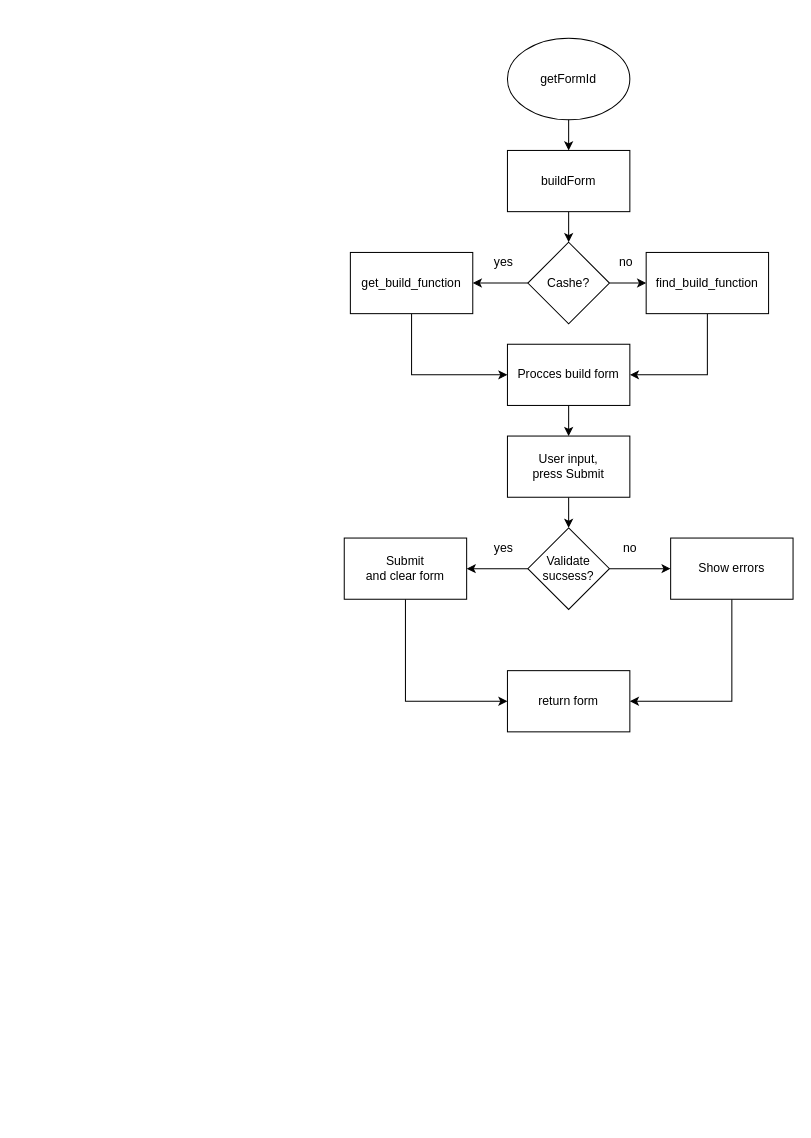
The draw.io diagram Untitled Diagram.drawio in Liutia/shema, before the edit. Source tidied: cells renumbered, new cells numbered last; positions are measured from the earlier drawing's top-left corner, leaving out a move shared by most shapes. Both pictures are drawn from the tidied source at 102%, with x=0, y=0 at pixel (344, 38).
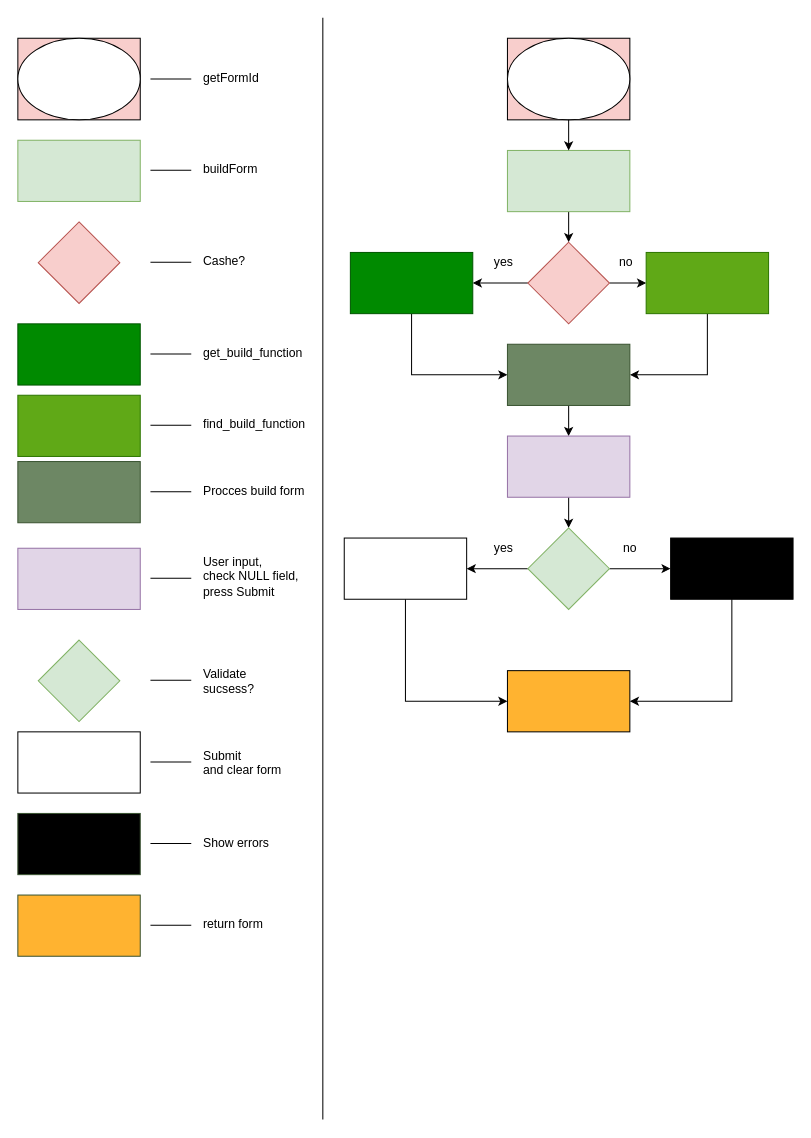
Above is the later version.

Change to the diagram source:
```diff
@@
-    <mxCell id="2" style="group;" parent="1" vertex="1">
+    <mxCell id="2" style="group;shadow=0;fillColor=#f8cecc;strokeColor=#000000;" parent="1" vertex="1">
       <mxGeometry x="160" width="120" height="80" as="geometry" />
     </mxCell>
-    <mxCell id="3" value="&lt;div&gt;getFormId&lt;/div&gt;" style="ellipse;whiteSpace=wrap;html=1;" parent="2" vertex="1">
+    <mxCell id="3" style="ellipse;whiteSpace=wrap;html=1;" parent="2" vertex="1">
       <mxGeometry width="120" height="80" as="geometry" />
     </mxCell>
@@
-    <mxCell id="5" value="buildForm" style="whiteSpace=wrap;html=1;" parent="1" vertex="1">
+    <mxCell id="5" style="whiteSpace=wrap;html=1;fillColor=#d5e8d4;strokeColor=#82b366;" parent="1" vertex="1">
       <mxGeometry x="160" y="110" width="120" height="60" as="geometry" />
     </mxCell>
@@
-    <mxCell id="9" value="&lt;div&gt;Cashe?&lt;/div&gt;" style="rhombus;whiteSpace=wrap;html=1;" parent="1" vertex="1">
+    <mxCell id="9" value="&lt;div&gt;&lt;br&gt;&lt;/div&gt;" style="rhombus;whiteSpace=wrap;html=1;fillColor=#f8cecc;strokeColor=#b85450;" parent="1" vertex="1">
       <mxGeometry x="180" y="200" width="80" height="80" as="geometry" />
     </mxCell>
@@
-    <mxCell id="11" value="find_build_function" style="whiteSpace=wrap;html=1;" parent="1" vertex="1">
+    <mxCell id="11" style="whiteSpace=wrap;html=1;fillColor=#60a917;strokeColor=#2D7600;fontColor=#ffffff;" parent="1" vertex="1">
       <mxGeometry x="296" y="210" width="120" height="60" as="geometry" />
     </mxCell>
@@
-    <mxCell id="13" value="&lt;div&gt;get_build_function&lt;/div&gt;" style="whiteSpace=wrap;html=1;" parent="1" vertex="1">
+    <mxCell id="13" value="&lt;div&gt;&lt;br&gt;&lt;/div&gt;" style="whiteSpace=wrap;html=1;fillColor=#008a00;strokeColor=#005700;fontColor=#ffffff;" parent="1" vertex="1">
       <mxGeometry x="6" y="210" width="120" height="60" as="geometry" />
     </mxCell>
@@
-    <mxCell id="17" value="Procces build form" style="whiteSpace=wrap;html=1;" parent="1" vertex="1">
+    <mxCell id="17" style="whiteSpace=wrap;html=1;fillColor=#6d8764;strokeColor=#3A5431;fontColor=#ffffff;" parent="1" vertex="1">
       <mxGeometry x="160" y="300" width="120" height="60" as="geometry" />
     </mxCell>
@@
-    <mxCell id="19" value="&lt;div&gt;User input,&lt;/div&gt;press Submit" style="whiteSpace=wrap;html=1;" parent="1" vertex="1">
+    <mxCell id="19" style="whiteSpace=wrap;html=1;fillColor=#e1d5e7;strokeColor=#9673a6;" parent="1" vertex="1">
       <mxGeometry x="160" y="390" width="120" height="60" as="geometry" />
     </mxCell>
@@
-    <mxCell id="22" value="&lt;div&gt;Validate&lt;/div&gt;&lt;div&gt;sucsess?&lt;/div&gt;" style="rhombus;whiteSpace=wrap;html=1;" parent="1" vertex="1">
+    <mxCell id="22" style="rhombus;whiteSpace=wrap;html=1;fillColor=#d5e8d4;strokeColor=#82b366;" parent="1" vertex="1">
       <mxGeometry x="180" y="480" width="80" height="80" as="geometry" />
     </mxCell>
@@
-    <mxCell id="24" value="Submit&lt;br&gt;and clear form" style="whiteSpace=wrap;html=1;" parent="1" vertex="1">
+    <mxCell id="24" style="whiteSpace=wrap;html=1;" parent="1" vertex="1">
       <mxGeometry y="490" width="120" height="60" as="geometry" />
     </mxCell>
@@
-    <mxCell id="26" value="Show errors" style="whiteSpace=wrap;html=1;" parent="1" vertex="1">
+    <mxCell id="26" style="whiteSpace=wrap;html=1;fillColor=#000000;" parent="1" vertex="1">
       <mxGeometry x="320" y="490" width="120" height="60" as="geometry" />
     </mxCell>
@@
-    <mxCell id="29" value="return form" style="whiteSpace=wrap;html=1;" parent="1" vertex="1">
+    <mxCell id="29" style="whiteSpace=wrap;html=1;fillColor=#FFB330;" parent="1" vertex="1">
       <mxGeometry x="160" y="620" width="120" height="60" as="geometry" />
     </mxCell>
+    <mxCell id="30" style="group;shadow=0;fillColor=#f8cecc;strokeColor=#000000;" parent="1" vertex="1">
+      <mxGeometry x="-320" width="120" height="80" as="geometry" />
+    </mxCell>
+    <mxCell id="31" style="ellipse;whiteSpace=wrap;html=1;" parent="30" vertex="1">
+      <mxGeometry width="120" height="80" as="geometry" />
+    </mxCell>
+    <mxCell id="32" value="&lt;div&gt;getFormId&lt;/div&gt;" style="text;whiteSpace=wrap;html=1;" parent="1" vertex="1">
+      <mxGeometry x="-140" y="25" width="80" height="30" as="geometry" />
+    </mxCell>
+    <mxCell id="33" style="endArrow=none;html=1;" parent="1" edge="1">
+      <mxGeometry relative="1" as="geometry">
+        <mxPoint x="-190" y="40" as="sourcePoint" />
+        <mxPoint x="-150" y="40" as="targetPoint" />
+      </mxGeometry>
+    </mxCell>
+    <mxCell id="34" style="whiteSpace=wrap;html=1;fillColor=#d5e8d4;strokeColor=#82b366;" parent="1" vertex="1">
+      <mxGeometry x="-320" y="100" width="120" height="60" as="geometry" />
+    </mxCell>
+    <mxCell id="35" style="endArrow=none;html=1;" parent="1" edge="1">
+      <mxGeometry relative="1" as="geometry">
+        <mxPoint x="-190" y="129.5" as="sourcePoint" />
+        <mxPoint x="-150" y="129.5" as="targetPoint" />
+      </mxGeometry>
+    </mxCell>
+    <mxCell id="36" value="buildForm" style="text;whiteSpace=wrap;html=1;" parent="1" vertex="1">
+      <mxGeometry x="-140" y="115" width="80" height="30" as="geometry" />
+    </mxCell>
+    <mxCell id="37" value="&lt;div&gt;&lt;br&gt;&lt;/div&gt;" style="rhombus;whiteSpace=wrap;html=1;fillColor=#f8cecc;strokeColor=#b85450;" parent="1" vertex="1">
+      <mxGeometry x="-300" y="180" width="80" height="80" as="geometry" />
+    </mxCell>
+    <mxCell id="38" style="rhombus;whiteSpace=wrap;html=1;fillColor=#d5e8d4;strokeColor=#82b366;" parent="1" vertex="1">
+      <mxGeometry x="-300" y="590" width="80" height="80" as="geometry" />
+    </mxCell>
+    <mxCell id="39" style="endArrow=none;html=1;" parent="1" edge="1">
+      <mxGeometry relative="1" as="geometry">
+        <mxPoint x="-190" y="219.5" as="sourcePoint" />
+        <mxPoint x="-150" y="219.5" as="targetPoint" />
+      </mxGeometry>
+    </mxCell>
+    <mxCell id="40" style="endArrow=none;html=1;" parent="1" edge="1">
+      <mxGeometry relative="1" as="geometry">
+        <mxPoint x="-190" y="629.5" as="sourcePoint" />
+        <mxPoint x="-150" y="629.5" as="targetPoint" />
+      </mxGeometry>
+    </mxCell>
+    <mxCell id="41" value="&lt;div&gt;Cashe?&lt;/div&gt;" style="text;whiteSpace=wrap;html=1;" parent="1" vertex="1">
+      <mxGeometry x="-140" y="205" width="70" height="30" as="geometry" />
+    </mxCell>
+    <mxCell id="42" value="&lt;div&gt;Validate&lt;/div&gt;&lt;div&gt;sucsess?&lt;/div&gt;" style="text;whiteSpace=wrap;html=1;" parent="1" vertex="1">
+      <mxGeometry x="-140" y="610" width="70" height="40" as="geometry" />
+    </mxCell>
+    <mxCell id="43" style="whiteSpace=wrap;html=1;fillColor=#e1d5e7;strokeColor=#9673a6;" parent="1" vertex="1">
+      <mxGeometry x="-320" y="500" width="120" height="60" as="geometry" />
+    </mxCell>
+    <mxCell id="44" style="endArrow=none;html=1;" parent="1" edge="1">
+      <mxGeometry relative="1" as="geometry">
+        <mxPoint x="-190" y="529.5" as="sourcePoint" />
+        <mxPoint x="-150" y="529.5" as="targetPoint" />
+      </mxGeometry>
+    </mxCell>
+    <mxCell id="45" value="&lt;div&gt;User input,&lt;br&gt;check NULL field,&lt;br&gt;&lt;/div&gt;press Submit" style="text;whiteSpace=wrap;html=1;" parent="1" vertex="1">
+      <mxGeometry x="-140" y="500" width="120" height="60" as="geometry" />
+    </mxCell>
+    <mxCell id="46" value="&lt;div&gt;&lt;br&gt;&lt;/div&gt;" style="whiteSpace=wrap;html=1;fillColor=#008a00;strokeColor=#005700;fontColor=#ffffff;" parent="1" vertex="1">
+      <mxGeometry x="-320" y="280" width="120" height="60" as="geometry" />
+    </mxCell>
+    <mxCell id="47" value="&lt;div&gt;get_build_function&lt;/div&gt;" style="text;whiteSpace=wrap;html=1;" parent="1" vertex="1">
+      <mxGeometry x="-140" y="295" width="120" height="30" as="geometry" />
+    </mxCell>
+    <mxCell id="48" style="endArrow=none;html=1;" parent="1" edge="1">
+      <mxGeometry relative="1" as="geometry">
+        <mxPoint x="-190" y="309.5" as="sourcePoint" />
+        <mxPoint x="-150" y="309.5" as="targetPoint" />
+      </mxGeometry>
+    </mxCell>
+    <mxCell id="49" value="&lt;div&gt;&lt;br&gt;&lt;/div&gt;" style="whiteSpace=wrap;html=1;fillColor=#60a917;strokeColor=#2D7600;fontColor=#ffffff;" parent="1" vertex="1">
+      <mxGeometry x="-320" y="350" width="120" height="60" as="geometry" />
+    </mxCell>
+    <mxCell id="50" value="&lt;div&gt;find_build_function&lt;/div&gt;" style="text;whiteSpace=wrap;html=1;" parent="1" vertex="1">
+      <mxGeometry x="-140" y="365" width="120" height="30" as="geometry" />
+    </mxCell>
+    <mxCell id="51" style="endArrow=none;html=1;" parent="1" edge="1">
+      <mxGeometry relative="1" as="geometry">
+        <mxPoint x="-190" y="379.5" as="sourcePoint" />
+        <mxPoint x="-150" y="379.5" as="targetPoint" />
+      </mxGeometry>
+    </mxCell>
+    <mxCell id="52" value="&lt;div&gt;&lt;br&gt;&lt;/div&gt;" style="whiteSpace=wrap;html=1;fillColor=#6d8764;strokeColor=#3A5431;fontColor=#ffffff;" parent="1" vertex="1">
+      <mxGeometry x="-320" y="415" width="120" height="60" as="geometry" />
+    </mxCell>
+    <mxCell id="53" value="&lt;div&gt;Procces build form&lt;/div&gt;" style="text;whiteSpace=wrap;html=1;" parent="1" vertex="1">
+      <mxGeometry x="-140" y="430" width="120" height="30" as="geometry" />
+    </mxCell>
+    <mxCell id="54" style="endArrow=none;html=1;" parent="1" edge="1">
+      <mxGeometry relative="1" as="geometry">
+        <mxPoint x="-190" y="444.5" as="sourcePoint" />
+        <mxPoint x="-150" y="444.5" as="targetPoint" />
+      </mxGeometry>
+    </mxCell>
+    <mxCell id="55" style="endArrow=none;html=1;" parent="1" edge="1">
+      <mxGeometry relative="1" as="geometry">
+        <mxPoint x="-21" y="1060" as="sourcePoint" />
+        <mxPoint x="-21" y="-20" as="targetPoint" />
+      </mxGeometry>
+    </mxCell>
+    <mxCell id="56" value="&lt;div&gt;&lt;br&gt;&lt;/div&gt;" style="whiteSpace=wrap;html=1;strokeColor=#3A5431;fontColor=#ffffff;fillColor=#000000;" parent="1" vertex="1">
+      <mxGeometry x="-320" y="760" width="120" height="60" as="geometry" />
+    </mxCell>
+    <mxCell id="57" value="&lt;div&gt;Show errors&lt;/div&gt;" style="text;whiteSpace=wrap;html=1;" parent="1" vertex="1">
+      <mxGeometry x="-140" y="775" width="120" height="30" as="geometry" />
+    </mxCell>
+    <mxCell id="58" style="endArrow=none;html=1;" parent="1" edge="1">
+      <mxGeometry relative="1" as="geometry">
+        <mxPoint x="-190" y="789.5" as="sourcePoint" />
+        <mxPoint x="-150" y="789.5" as="targetPoint" />
+      </mxGeometry>
+    </mxCell>
+    <mxCell id="59" style="whiteSpace=wrap;html=1;" parent="1" vertex="1">
+      <mxGeometry x="-320" y="680" width="120" height="60" as="geometry" />
+    </mxCell>
+    <mxCell id="60" style="endArrow=none;html=1;" parent="1" edge="1">
+      <mxGeometry relative="1" as="geometry">
+        <mxPoint x="-190" y="709.5" as="sourcePoint" />
+        <mxPoint x="-150" y="709.5" as="targetPoint" />
+      </mxGeometry>
+    </mxCell>
+    <mxCell id="61" value="Submit&lt;br&gt;and clear form" style="text;whiteSpace=wrap;html=1;" parent="1" vertex="1">
+      <mxGeometry x="-140" y="690" width="90" height="40" as="geometry" />
+    </mxCell>
+    <mxCell id="62" value="&lt;div&gt;&lt;br&gt;&lt;/div&gt;" style="whiteSpace=wrap;html=1;strokeColor=#3A5431;fontColor=#ffffff;fillColor=#FFB330;" parent="1" vertex="1">
+      <mxGeometry x="-320" y="840" width="120" height="60" as="geometry" />
+    </mxCell>
+    <mxCell id="63" value="&lt;div&gt;return form&lt;/div&gt;" style="text;whiteSpace=wrap;html=1;" parent="1" vertex="1">
+      <mxGeometry x="-140" y="855" width="120" height="30" as="geometry" />
+    </mxCell>
+    <mxCell id="64" style="endArrow=none;html=1;" parent="1" edge="1">
+      <mxGeometry relative="1" as="geometry">
+        <mxPoint x="-190" y="869.5" as="sourcePoint" />
+        <mxPoint x="-150" y="869.5" as="targetPoint" />
+      </mxGeometry>
+    </mxCell>
```
